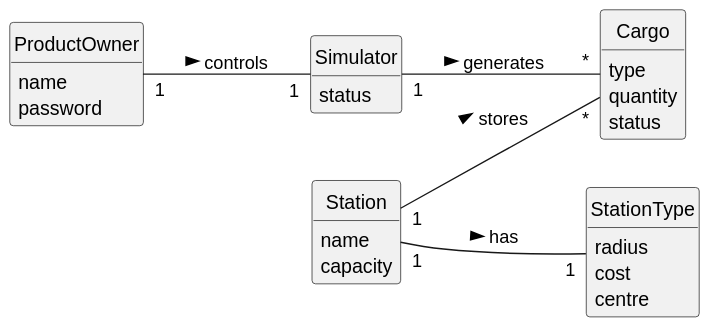
Above: Sprint2/US012/02.analysis/svg/US012-DM.svg in 1240935/pi2-railway-simulator (PlantUML), before the change.
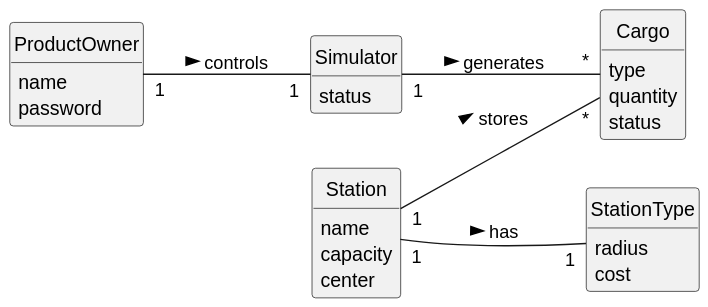
After the commit.

What changed in the source:
```diff
@@ -16,12 +16,12 @@
 class Station {
     name
     capacity
+    center
 }
 
 class StationType{
     radius
     cost
-    centre
 }
 
 class Cargo {
```
